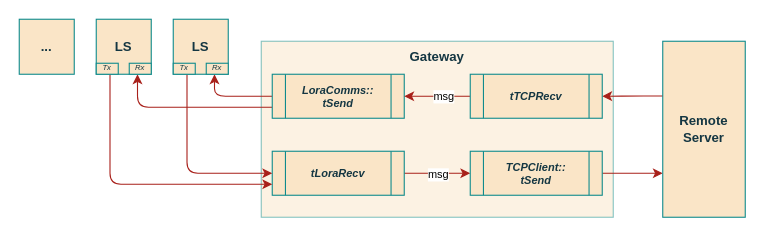
Before: page "overview" (1 of 3) of documentation/flowcharts/Gateway/GWthreads.drawio in ESRGgroup9/slipad, a draw.io diagram. Source tidied: cells renumbered, new cells numbered last; positions are measured from the earlier drawing's top-left corner, leaving out a move shared by most shapes. Both pictures are drawn from the tidied source at 110%, with x=0, y=0 at pixel (19, 19).
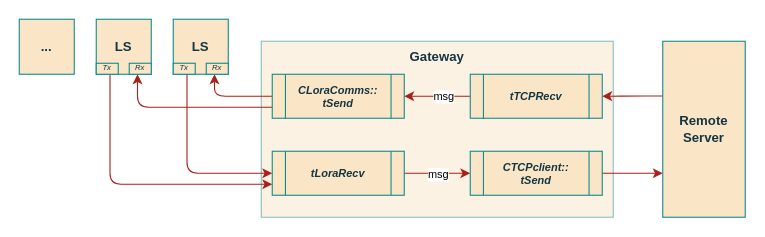
The same diagram, later.

Diff of the diagram source:
```diff
@@
-    <mxCell id="5" value="&lt;div style=&quot;font-size: 10px;&quot;&gt;&lt;b style=&quot;font-size: 10px;&quot;&gt;LoraComms::&lt;/b&gt;&lt;/div&gt;&lt;div style=&quot;font-size: 10px;&quot;&gt;&lt;b style=&quot;font-size: 10px;&quot;&gt;tSend&lt;/b&gt;&lt;/div&gt;" style="shape=process;whiteSpace=wrap;html=1;backgroundOutline=1;rounded=0;sketch=0;fontColor=#143642;strokeColor=#0F8B8D;fillColor=#FAE5C7;fontStyle=2;fontSize=10;" parent="1" vertex="1">
+    <mxCell id="5" value="&lt;div style=&quot;font-size: 10px&quot;&gt;&lt;b style=&quot;font-size: 10px&quot;&gt;CLoraComms::&lt;/b&gt;&lt;/div&gt;&lt;div style=&quot;font-size: 10px&quot;&gt;&lt;b style=&quot;font-size: 10px&quot;&gt;tSend&lt;/b&gt;&lt;/div&gt;" style="shape=process;whiteSpace=wrap;html=1;backgroundOutline=1;rounded=0;sketch=0;fontColor=#143642;strokeColor=#0F8B8D;fillColor=#FAE5C7;fontStyle=2;fontSize=10;" parent="1" vertex="1">
       <mxGeometry x="230" y="50" width="120" height="40" as="geometry" />
     </mxCell>
@@
-    <mxCell id="10" value="&lt;div style=&quot;font-size: 10px;&quot;&gt;TCPClient::&lt;/div&gt;&lt;div style=&quot;font-size: 10px;&quot;&gt;tSend&lt;/div&gt;" style="shape=process;whiteSpace=wrap;html=1;backgroundOutline=1;rounded=0;sketch=0;fontColor=#143642;strokeColor=#0F8B8D;fillColor=#FAE5C7;fontStyle=3;fontSize=10;" parent="1" vertex="1">
+    <mxCell id="10" value="&lt;div style=&quot;font-size: 10px&quot;&gt;CTCPclient::&lt;/div&gt;&lt;div style=&quot;font-size: 10px&quot;&gt;tSend&lt;/div&gt;" style="shape=process;whiteSpace=wrap;html=1;backgroundOutline=1;rounded=0;sketch=0;fontColor=#143642;strokeColor=#0F8B8D;fillColor=#FAE5C7;fontStyle=3;fontSize=10;" parent="1" vertex="1">
       <mxGeometry x="410" y="120" width="120" height="40" as="geometry" />
     </mxCell>
```
